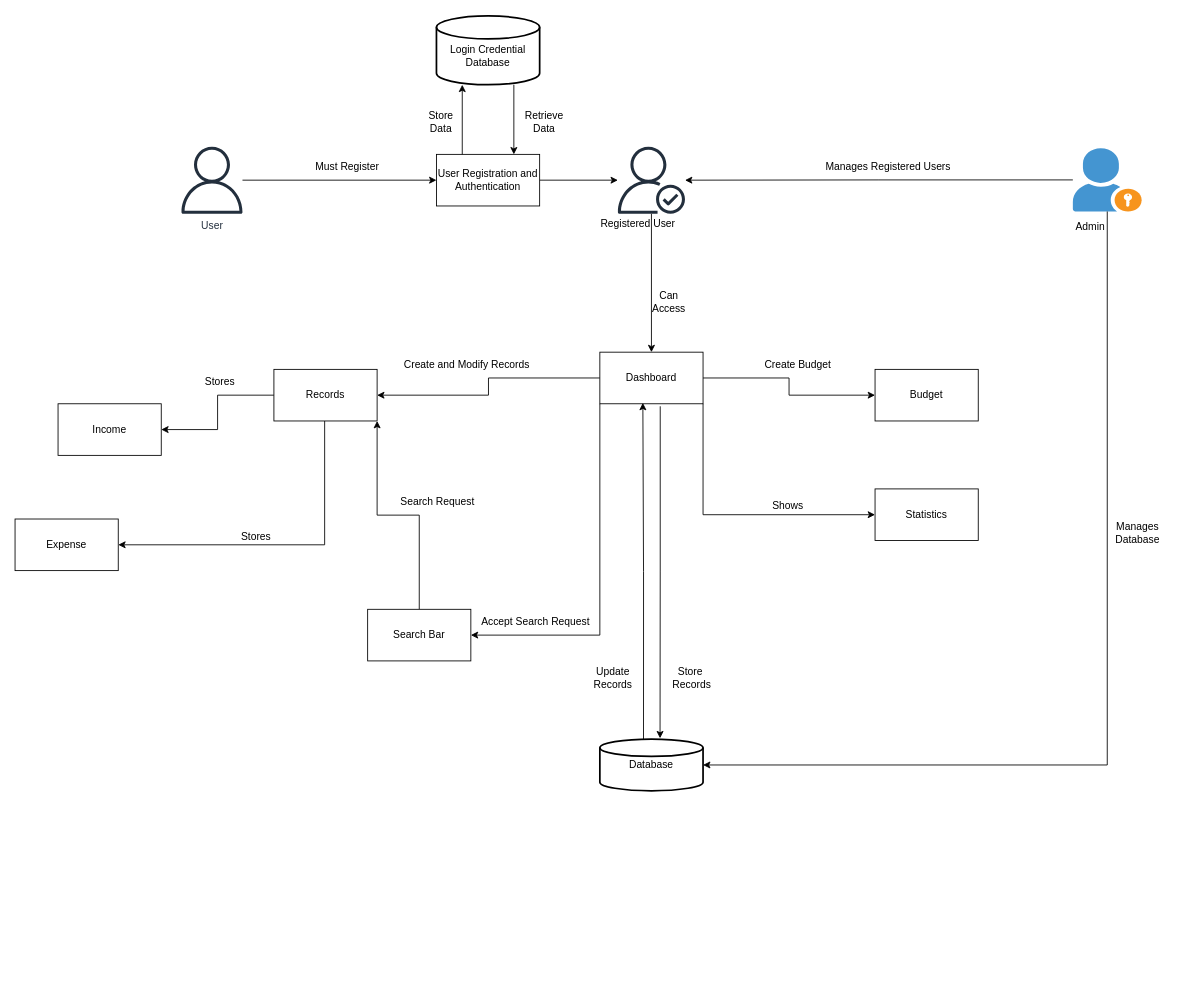
parimal1009/DBMS-Project keeps this draw.io diagram as PFinanceSystemArchitecture.drawio. Above is the earlier version. Source tidied: cells renumbered, new cells numbered last; positions are measured from the earlier drawing's top-left corner, leaving out a move shared by most shapes. Both pictures are drawn from the tidied source at 86%, with x=0, y=0 at pixel (15, 15).
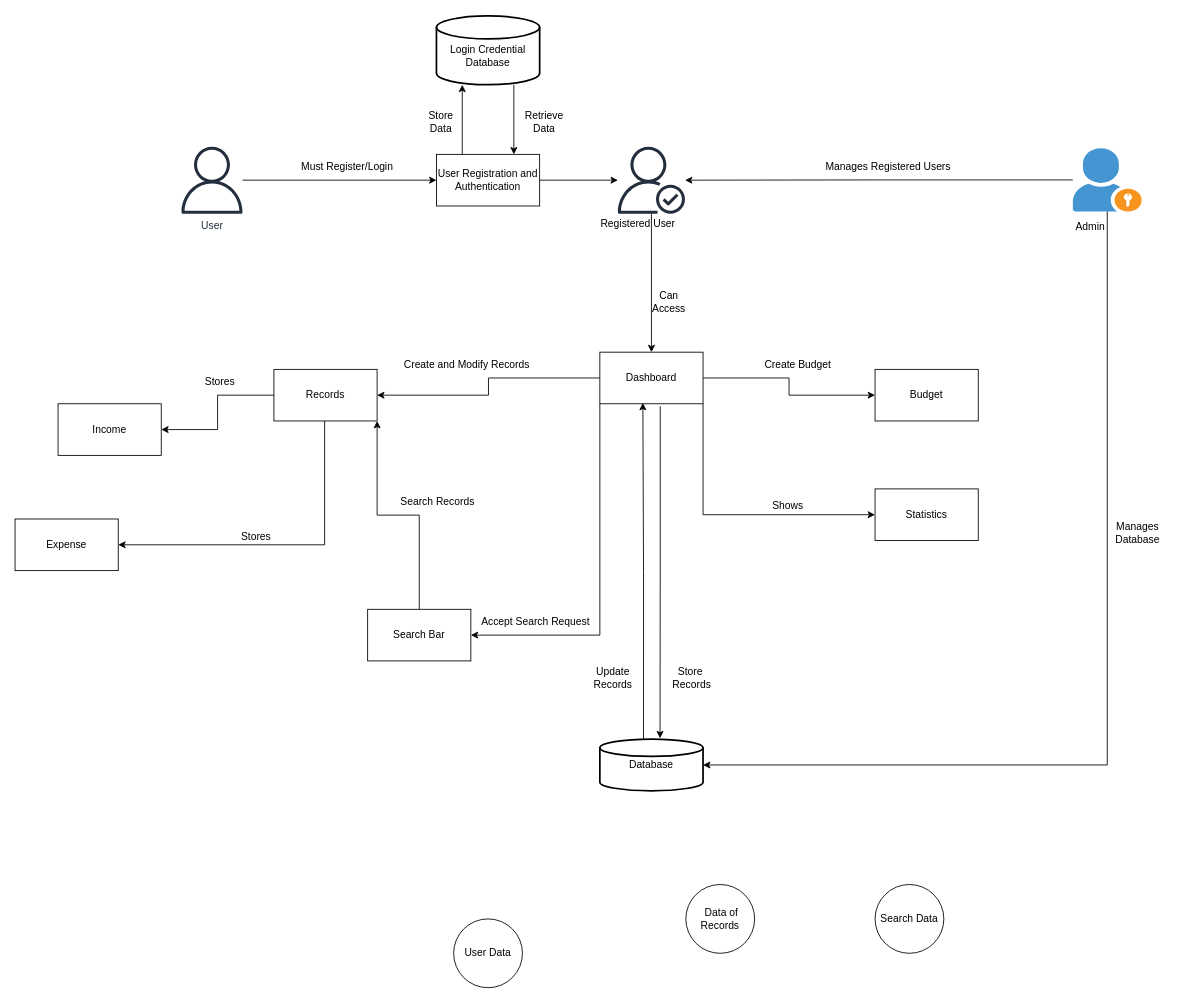
The same page after the edit.

Change to the diagram source:
```diff
@@
-    <mxCell id="32" value="Must Register" style="text;html=1;align=center;verticalAlign=middle;strokeColor=none;fillColor=none;" parent="1" vertex="1">
-      <mxGeometry x="336" y="161" width="100" height="30" as="geometry" />
+    <mxCell id="32" value="Must Register/Login" style="text;html=1;align=center;verticalAlign=middle;strokeColor=none;fillColor=none;" parent="1" vertex="1">
+      <mxGeometry x="321" y="161" width="130" height="30" as="geometry" />
     </mxCell>
@@
-    <mxCell id="44" value="Search Request" style="text;html=1;align=center;verticalAlign=middle;strokeColor=none;fillColor=none;" parent="1" vertex="1">
+    <mxCell id="44" value="Search Records" style="text;html=1;align=center;verticalAlign=middle;strokeColor=none;fillColor=none;" parent="1" vertex="1">
       <mxGeometry x="436" y="550" width="110" height="30" as="geometry" />
     </mxCell>
@@
+    <mxCell id="48" value="User Data" style="ellipse;whiteSpace=wrap;html=1;" parent="1" vertex="1">
+      <mxGeometry x="510" y="1050" width="80" height="80" as="geometry" />
+    </mxCell>
+    <mxCell id="49" value="&amp;nbsp;Data of Records" style="ellipse;whiteSpace=wrap;html=1;" parent="1" vertex="1">
+      <mxGeometry x="780" y="1010" width="80" height="80" as="geometry" />
+    </mxCell>
+    <mxCell id="50" value="Search Data" style="ellipse;whiteSpace=wrap;html=1;" parent="1" vertex="1">
+      <mxGeometry x="1000" y="1010" width="80" height="80" as="geometry" />
+    </mxCell>
```
